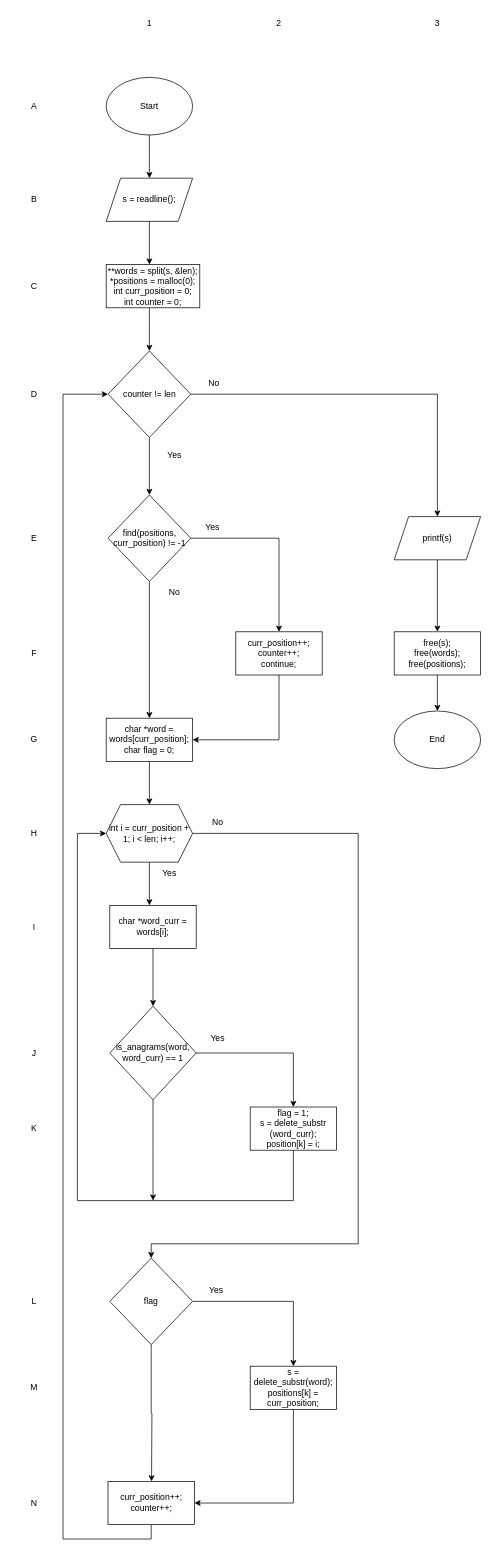
Before: labs/lab4/lab4.drawio in Glebins/mephi_labs, a draw.io diagram. Source tidied: cells renumbered, new cells numbered last; positions are measured from the earlier drawing's top-left corner, leaving out a move shared by most shapes. Both pictures are drawn from the tidied source at 72%, with x=0, y=0 at pixel (12, 12).
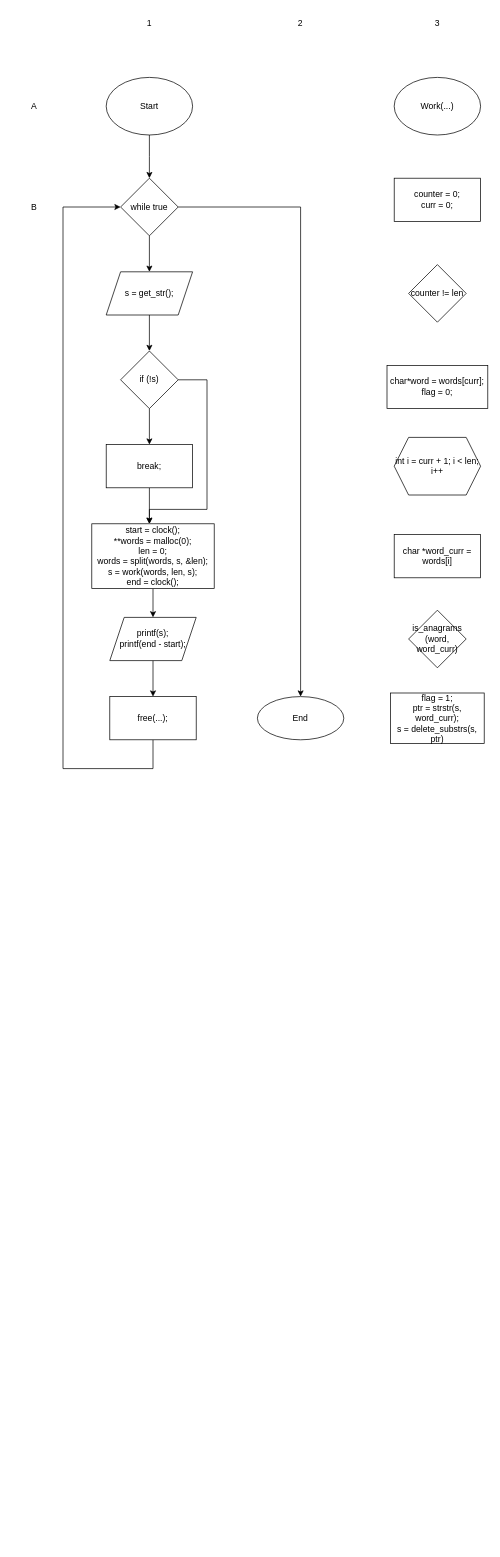
The same page after the edit.

Change to the diagram source:
```diff
@@
-    <mxCell id="4" style="edgeStyle=orthogonalEdgeStyle;rounded=0;jettySize=auto;html=1;" parent="1" edge="1" source="5" target="7">
-      <mxGeometry relative="1" as="geometry">
-        <Array as="points">
-          <mxPoint x="190" y="340" />
-          <mxPoint x="190" y="340" />
-        </Array>
-      </mxGeometry>
-    </mxCell>
+    <mxCell id="65" style="edgeStyle=orthogonalEdgeStyle;rounded=0;jettySize=auto;html=1;" parent="1" edge="1" source="5" target="71">
+      <mxGeometry relative="1" as="geometry" />
+    </mxCell>
-    <mxCell id="5" value="s = readline();" style="shape=parallelogram;perimeter=parallelogramPerimeter;whiteSpace=wrap;html=1;fixedSize=1;" parent="1" vertex="1">
-      <mxGeometry x="130" y="230" width="120" height="60" as="geometry" />
+    <mxCell id="5" value="s = get_str();" style="shape=parallelogram;perimeter=parallelogramPerimeter;whiteSpace=wrap;html=1;fixedSize=1;" parent="1" vertex="1">
+      <mxGeometry x="130" y="360" width="120" height="60" as="geometry" />
     </mxCell>
-    <mxCell id="6" style="edgeStyle=orthogonalEdgeStyle;rounded=0;jettySize=auto;html=1;" parent="1" edge="1" source="7" target="10">
-      <mxGeometry relative="1" as="geometry">
-        <Array as="points">
-          <mxPoint x="190" y="430" />
-          <mxPoint x="190" y="430" />
-        </Array>
-      </mxGeometry>
-    </mxCell>
-    <mxCell id="7" value="**words = split(s, &amp;amp;len);&lt;br&gt;*positions = malloc(0);&lt;br&gt;int curr_position = 0;&lt;br&gt;int counter = 0;" style="rounded=0;whiteSpace=wrap;html=1;" parent="1" vertex="1">
-      <mxGeometry x="130" y="350" width="130" height="60" as="geometry" />
-    </mxCell>
-    <mxCell id="8" style="edgeStyle=orthogonalEdgeStyle;rounded=0;jettySize=auto;html=1;" parent="1" edge="1" source="10" target="13">
-      <mxGeometry relative="1" as="geometry" />
-    </mxCell>
-    <mxCell id="9" style="edgeStyle=orthogonalEdgeStyle;rounded=0;jettySize=auto;html=1;exitX=1;exitY=0.5;exitDx=0;exitDy=0;entryX=0.5;entryY=0;entryDx=0;entryDy=0;" parent="1" edge="1" source="10" target="36">
-      <mxGeometry relative="1" as="geometry" />
-    </mxCell>
-    <mxCell id="10" value="counter != len" style="rhombus;whiteSpace=wrap;html=1;" parent="1" vertex="1">
-      <mxGeometry x="132.5" y="470" width="115" height="120" as="geometry" />
-    </mxCell>
-    <mxCell id="11" style="edgeStyle=orthogonalEdgeStyle;rounded=0;jettySize=auto;html=1;exitX=1;exitY=0.5;exitDx=0;exitDy=0;entryX=0.5;entryY=0;entryDx=0;entryDy=0;" parent="1" edge="1" source="13" target="15">
-      <mxGeometry relative="1" as="geometry" />
-    </mxCell>
-    <mxCell id="12" style="edgeStyle=orthogonalEdgeStyle;rounded=0;jettySize=auto;html=1;exitX=0.5;exitY=1;exitDx=0;exitDy=0;entryX=0.5;entryY=0;entryDx=0;entryDy=0;" parent="1" edge="1" source="13" target="17">
-      <mxGeometry relative="1" as="geometry" />
-    </mxCell>
-    <mxCell id="13" value="find(positions, curr_position) != -1" style="rhombus;whiteSpace=wrap;html=1;" parent="1" vertex="1">
-      <mxGeometry x="132.5" y="670" width="115" height="120" as="geometry" />
-    </mxCell>
-    <mxCell id="14" style="edgeStyle=orthogonalEdgeStyle;rounded=0;jettySize=auto;html=1;exitX=0.5;exitY=1;exitDx=0;exitDy=0;entryX=1;entryY=0.5;entryDx=0;entryDy=0;" parent="1" edge="1" source="15" target="17">
-      <mxGeometry relative="1" as="geometry" />
-    </mxCell>
-    <mxCell id="15" value="curr_position++;&lt;br&gt;counter++;&lt;br&gt;continue;" style="rounded=0;whiteSpace=wrap;html=1;" parent="1" vertex="1">
-      <mxGeometry x="310" y="860" width="120" height="60" as="geometry" />
-    </mxCell>
-    <mxCell id="16" style="edgeStyle=orthogonalEdgeStyle;rounded=0;jettySize=auto;html=1;" parent="1" edge="1" source="17" target="20">
-      <mxGeometry relative="1" as="geometry" />
-    </mxCell>
-    <mxCell id="17" value="char *word = words[curr_position];&lt;br&gt;char flag = 0;" style="rounded=0;whiteSpace=wrap;html=1;" parent="1" vertex="1">
-      <mxGeometry x="130" y="980" width="120" height="60" as="geometry" />
-    </mxCell>
-    <mxCell id="18" style="edgeStyle=orthogonalEdgeStyle;rounded=0;jettySize=auto;html=1;" parent="1" edge="1" source="20" target="22">
-      <mxGeometry relative="1" as="geometry">
-        <Array as="points">
-          <mxPoint x="190" y="1220" />
-          <mxPoint x="190" y="1220" />
-        </Array>
-      </mxGeometry>
-    </mxCell>
-    <mxCell id="19" style="edgeStyle=orthogonalEdgeStyle;rounded=0;jettySize=auto;html=1;exitX=1;exitY=0.5;exitDx=0;exitDy=0;entryX=0.5;entryY=0;entryDx=0;entryDy=0;" parent="1" edge="1" source="20" target="30">
-      <mxGeometry relative="1" as="geometry">
-        <Array as="points">
-          <mxPoint x="480" y="1140" />
-          <mxPoint x="480" y="1710" />
-          <mxPoint x="193" y="1710" />
-        </Array>
-      </mxGeometry>
-    </mxCell>
-    <mxCell id="20" value="int i = curr_position + 1; i &amp;lt; len; i++;" style="shape=hexagon;perimeter=hexagonPerimeter2;whiteSpace=wrap;html=1;fixedSize=1;" parent="1" vertex="1">
-      <mxGeometry x="130" y="1100" width="120" height="80" as="geometry" />
-    </mxCell>
-    <mxCell id="21" style="edgeStyle=orthogonalEdgeStyle;rounded=0;jettySize=auto;html=1;" parent="1" edge="1" source="22" target="25">
-      <mxGeometry relative="1" as="geometry" />
-    </mxCell>
-    <mxCell id="22" value="char *word_curr = words[i];" style="rounded=0;whiteSpace=wrap;html=1;" parent="1" vertex="1">
-      <mxGeometry x="135" y="1240" width="120" height="60" as="geometry" />
-    </mxCell>
-    <mxCell id="23" style="edgeStyle=orthogonalEdgeStyle;rounded=0;jettySize=auto;html=1;exitX=0.5;exitY=1;exitDx=0;exitDy=0;" parent="1" edge="1" source="25">
-      <mxGeometry relative="1" as="geometry">
-        <mxPoint x="195" y="1650" as="targetPoint" />
-      </mxGeometry>
-    </mxCell>
-    <mxCell id="24" style="edgeStyle=orthogonalEdgeStyle;rounded=0;jettySize=auto;html=1;exitX=1;exitY=0.5;exitDx=0;exitDy=0;entryX=0.5;entryY=0;entryDx=0;entryDy=0;" parent="1" edge="1" source="25" target="27">
-      <mxGeometry relative="1" as="geometry" />
-    </mxCell>
-    <mxCell id="25" value="is_anagrams(word, word_curr) == 1" style="rhombus;whiteSpace=wrap;html=1;" parent="1" vertex="1">
-      <mxGeometry x="135" y="1380" width="120" height="130" as="geometry" />
-    </mxCell>
-    <mxCell id="26" style="edgeStyle=orthogonalEdgeStyle;rounded=0;jettySize=auto;html=1;exitX=0.5;exitY=1;exitDx=0;exitDy=0;entryX=0;entryY=0.5;entryDx=0;entryDy=0;" parent="1" edge="1" source="27" target="20">
-      <mxGeometry relative="1" as="geometry">
-        <Array as="points">
-          <mxPoint x="390" y="1650" />
-          <mxPoint x="90" y="1650" />
-          <mxPoint x="90" y="1140" />
-        </Array>
-      </mxGeometry>
-    </mxCell>
-    <mxCell id="27" value="flag = 1;&lt;br&gt;s = delete_substr (word_curr);&lt;br&gt;position[k] = i;" style="rounded=0;whiteSpace=wrap;html=1;" parent="1" vertex="1">
-      <mxGeometry x="330" y="1520" width="120" height="60" as="geometry" />
-    </mxCell>
-    <mxCell id="28" style="edgeStyle=orthogonalEdgeStyle;rounded=0;jettySize=auto;html=1;exitX=1;exitY=0.5;exitDx=0;exitDy=0;entryX=0.5;entryY=0;entryDx=0;entryDy=0;" parent="1" edge="1" source="30" target="32">
-      <mxGeometry relative="1" as="geometry" />
-    </mxCell>
-    <mxCell id="29" style="edgeStyle=orthogonalEdgeStyle;rounded=0;jettySize=auto;html=1;exitX=0.5;exitY=1;exitDx=0;exitDy=0;" parent="1" edge="1" source="30">
-      <mxGeometry relative="1" as="geometry">
-        <mxPoint x="193" y="2040" as="targetPoint" />
-      </mxGeometry>
-    </mxCell>
-    <mxCell id="30" value="flag" style="rhombus;whiteSpace=wrap;html=1;" parent="1" vertex="1">
-      <mxGeometry x="135" y="1730" width="115" height="120" as="geometry" />
-    </mxCell>
-    <mxCell id="31" style="edgeStyle=orthogonalEdgeStyle;rounded=0;jettySize=auto;html=1;exitX=0.5;exitY=1;exitDx=0;exitDy=0;entryX=1;entryY=0.5;entryDx=0;entryDy=0;" parent="1" edge="1" source="32" target="34">
-      <mxGeometry relative="1" as="geometry" />
-    </mxCell>
-    <mxCell id="32" value="s = delete_substr(word);&lt;br&gt;positions[k] = curr_position;" style="rounded=0;whiteSpace=wrap;html=1;" parent="1" vertex="1">
-      <mxGeometry x="330" y="1880" width="120" height="60" as="geometry" />
-    </mxCell>
-    <mxCell id="33" style="edgeStyle=orthogonalEdgeStyle;rounded=0;jettySize=auto;html=1;exitX=0.5;exitY=1;exitDx=0;exitDy=0;entryX=0;entryY=0.5;entryDx=0;entryDy=0;" parent="1" edge="1" source="34" target="10">
-      <mxGeometry relative="1" as="geometry">
-        <Array as="points">
-          <mxPoint x="193" y="2120" />
-          <mxPoint x="70" y="2120" />
-          <mxPoint x="70" y="530" />
-        </Array>
-      </mxGeometry>
-    </mxCell>
-    <mxCell id="34" value="curr_position++;&lt;br&gt;counter++;" style="rounded=0;whiteSpace=wrap;html=1;" parent="1" vertex="1">
-      <mxGeometry x="132.5" y="2040" width="120" height="60" as="geometry" />
-    </mxCell>
-    <mxCell id="35" style="edgeStyle=orthogonalEdgeStyle;rounded=0;jettySize=auto;html=1;exitX=0.5;exitY=1;exitDx=0;exitDy=0;" parent="1" edge="1" source="36" target="38">
-      <mxGeometry relative="1" as="geometry" />
-    </mxCell>
-    <mxCell id="36" value="printf(s)" style="shape=parallelogram;perimeter=parallelogramPerimeter;whiteSpace=wrap;html=1;fixedSize=1;" parent="1" vertex="1">
-      <mxGeometry x="530" y="700" width="120" height="60" as="geometry" />
-    </mxCell>
-    <mxCell id="37" style="edgeStyle=orthogonalEdgeStyle;rounded=0;jettySize=auto;html=1;" parent="1" edge="1" source="38" target="39">
-      <mxGeometry relative="1" as="geometry" />
-    </mxCell>
-    <mxCell id="38" value="free(s);&lt;br&gt;free(words);&lt;br&gt;free(positions);" style="rounded=0;whiteSpace=wrap;html=1;" parent="1" vertex="1">
-      <mxGeometry x="530" y="860" width="120" height="60" as="geometry" />
-    </mxCell>
-    <mxCell id="39" value="End" style="ellipse;whiteSpace=wrap;html=1;" parent="1" vertex="1">
-      <mxGeometry x="530" y="970" width="120" height="80" as="geometry" />
-    </mxCell>
@@
     <mxCell id="41" value="B" style="text;html=1;strokeColor=none;fillColor=none;align=center;verticalAlign=middle;whiteSpace=wrap;rounded=0;" parent="1" vertex="1">
-      <mxGeometry y="245" width="60" height="30" as="geometry" />
+      <mxGeometry y="255" width="60" height="30" as="geometry" />
     </mxCell>
-    <mxCell id="42" value="D" style="text;html=1;strokeColor=none;fillColor=none;align=center;verticalAlign=middle;whiteSpace=wrap;rounded=0;" parent="1" vertex="1">
-      <mxGeometry y="515" width="60" height="30" as="geometry" />
-    </mxCell>
-    <mxCell id="43" value="C" style="text;html=1;strokeColor=none;fillColor=none;align=center;verticalAlign=middle;whiteSpace=wrap;rounded=0;" parent="1" vertex="1">
-      <mxGeometry y="365" width="60" height="30" as="geometry" />
-    </mxCell>
-    <mxCell id="44" value="E" style="text;html=1;strokeColor=none;fillColor=none;align=center;verticalAlign=middle;whiteSpace=wrap;rounded=0;" parent="1" vertex="1">
-      <mxGeometry y="715" width="60" height="30" as="geometry" />
-    </mxCell>
-    <mxCell id="45" value="F" style="text;html=1;strokeColor=none;fillColor=none;align=center;verticalAlign=middle;whiteSpace=wrap;rounded=0;" parent="1" vertex="1">
-      <mxGeometry y="875" width="60" height="30" as="geometry" />
-    </mxCell>
-    <mxCell id="46" value="G" style="text;html=1;strokeColor=none;fillColor=none;align=center;verticalAlign=middle;whiteSpace=wrap;rounded=0;" parent="1" vertex="1">
-      <mxGeometry y="995" width="60" height="30" as="geometry" />
-    </mxCell>
-    <mxCell id="47" value="H" style="text;html=1;strokeColor=none;fillColor=none;align=center;verticalAlign=middle;whiteSpace=wrap;rounded=0;" parent="1" vertex="1">
-      <mxGeometry y="1125" width="60" height="30" as="geometry" />
-    </mxCell>
-    <mxCell id="48" value="I" style="text;html=1;strokeColor=none;fillColor=none;align=center;verticalAlign=middle;whiteSpace=wrap;rounded=0;" parent="1" vertex="1">
-      <mxGeometry y="1255" width="60" height="30" as="geometry" />
-    </mxCell>
-    <mxCell id="49" value="J" style="text;html=1;strokeColor=none;fillColor=none;align=center;verticalAlign=middle;whiteSpace=wrap;rounded=0;" parent="1" vertex="1">
-      <mxGeometry y="1430" width="60" height="30" as="geometry" />
-    </mxCell>
-    <mxCell id="50" value="K" style="text;html=1;strokeColor=none;fillColor=none;align=center;verticalAlign=middle;whiteSpace=wrap;rounded=0;" parent="1" vertex="1">
-      <mxGeometry y="1535" width="60" height="30" as="geometry" />
-    </mxCell>
-    <mxCell id="51" value="L" style="text;html=1;strokeColor=none;fillColor=none;align=center;verticalAlign=middle;whiteSpace=wrap;rounded=0;" parent="1" vertex="1">
-      <mxGeometry y="1775" width="60" height="30" as="geometry" />
-    </mxCell>
-    <mxCell id="52" value="M" style="text;html=1;strokeColor=none;fillColor=none;align=center;verticalAlign=middle;whiteSpace=wrap;rounded=0;" parent="1" vertex="1">
-      <mxGeometry y="1895" width="60" height="30" as="geometry" />
-    </mxCell>
-    <mxCell id="53" value="N" style="text;html=1;strokeColor=none;fillColor=none;align=center;verticalAlign=middle;whiteSpace=wrap;rounded=0;" parent="1" vertex="1">
-      <mxGeometry y="2055" width="60" height="30" as="geometry" />
-    </mxCell>
@@
     <mxCell id="55" value="2" style="text;html=1;strokeColor=none;fillColor=none;align=center;verticalAlign=middle;whiteSpace=wrap;rounded=0;" parent="1" vertex="1">
-      <mxGeometry x="340" width="60" height="30" as="geometry" />
+      <mxGeometry x="370" width="60" height="30" as="geometry" />
     </mxCell>
@@
-    <mxCell id="57" value="Yes" style="text;html=1;strokeColor=none;fillColor=none;align=center;verticalAlign=middle;whiteSpace=wrap;rounded=0;" parent="1" vertex="1">
-      <mxGeometry x="195" y="600" width="60" height="30" as="geometry" />
-    </mxCell>
-    <mxCell id="58" value="No" style="text;html=1;strokeColor=none;fillColor=none;align=center;verticalAlign=middle;whiteSpace=wrap;rounded=0;" parent="1" vertex="1">
-      <mxGeometry x="250" y="500" width="60" height="30" as="geometry" />
-    </mxCell>
-    <mxCell id="59" value="Yes" style="text;html=1;strokeColor=none;fillColor=none;align=center;verticalAlign=middle;whiteSpace=wrap;rounded=0;" parent="1" vertex="1">
-      <mxGeometry x="248" y="700" width="60" height="30" as="geometry" />
-    </mxCell>
-    <mxCell id="60" value="No" style="text;html=1;strokeColor=none;fillColor=none;align=center;verticalAlign=middle;whiteSpace=wrap;rounded=0;" parent="1" vertex="1">
-      <mxGeometry x="195" y="790" width="60" height="30" as="geometry" />
-    </mxCell>
-    <mxCell id="61" value="Yes" style="text;html=1;strokeColor=none;fillColor=none;align=center;verticalAlign=middle;whiteSpace=wrap;rounded=0;" parent="1" vertex="1">
-      <mxGeometry x="187.5" y="1180" width="60" height="30" as="geometry" />
-    </mxCell>
-    <mxCell id="62" value="No" style="text;html=1;strokeColor=none;fillColor=none;align=center;verticalAlign=middle;whiteSpace=wrap;rounded=0;" parent="1" vertex="1">
-      <mxGeometry x="255" y="1110" width="60" height="30" as="geometry" />
-    </mxCell>
-    <mxCell id="63" value="Yes" style="text;html=1;strokeColor=none;fillColor=none;align=center;verticalAlign=middle;whiteSpace=wrap;rounded=0;" parent="1" vertex="1">
-      <mxGeometry x="255" y="1410" width="60" height="30" as="geometry" />
-    </mxCell>
-    <mxCell id="64" value="Yes" style="text;html=1;strokeColor=none;fillColor=none;align=center;verticalAlign=middle;whiteSpace=wrap;rounded=0;" parent="1" vertex="1">
-      <mxGeometry x="253" y="1760" width="60" height="30" as="geometry" />
-    </mxCell>
+    <mxCell id="66" style="edgeStyle=orthogonalEdgeStyle;rounded=0;jettySize=auto;html=1;" parent="1" edge="1" source="68" target="5">
+      <mxGeometry relative="1" as="geometry" />
+    </mxCell>
+    <mxCell id="67" style="edgeStyle=orthogonalEdgeStyle;rounded=0;jettySize=auto;html=1;exitX=1;exitY=0.5;exitDx=0;exitDy=0;entryX=0.5;entryY=0;entryDx=0;entryDy=0;" parent="1" edge="1" source="68" target="39">
+      <mxGeometry relative="1" as="geometry" />
+    </mxCell>
+    <mxCell id="68" value="while true" style="rhombus;whiteSpace=wrap;html=1;" parent="1" vertex="1">
+      <mxGeometry x="150" y="230" width="80" height="80" as="geometry" />
+    </mxCell>
+    <mxCell id="69" style="edgeStyle=orthogonalEdgeStyle;rounded=0;jettySize=auto;html=1;" parent="1" edge="1" source="71" target="73">
+      <mxGeometry relative="1" as="geometry" />
+    </mxCell>
+    <mxCell id="70" style="edgeStyle=orthogonalEdgeStyle;rounded=0;jettySize=auto;html=1;exitX=1;exitY=0.5;exitDx=0;exitDy=0;" parent="1" edge="1" source="71">
+      <mxGeometry relative="1" as="geometry">
+        <mxPoint x="190" y="710" as="targetPoint" />
+        <Array as="points">
+          <mxPoint x="270" y="510" />
+          <mxPoint x="270" y="690" />
+          <mxPoint x="190" y="690" />
+        </Array>
+      </mxGeometry>
+    </mxCell>
+    <mxCell id="71" value="if (!s)" style="rhombus;whiteSpace=wrap;html=1;" parent="1" vertex="1">
+      <mxGeometry x="150" y="470" width="80" height="80" as="geometry" />
+    </mxCell>
+    <mxCell id="72" style="edgeStyle=orthogonalEdgeStyle;rounded=0;jettySize=auto;html=1;" parent="1" edge="1" source="73" target="75">
+      <mxGeometry relative="1" as="geometry">
+        <Array as="points">
+          <mxPoint x="190" y="700" />
+          <mxPoint x="190" y="700" />
+        </Array>
+      </mxGeometry>
+    </mxCell>
+    <mxCell id="73" value="break;" style="rounded=0;whiteSpace=wrap;html=1;" parent="1" vertex="1">
+      <mxGeometry x="130" y="600" width="120" height="60" as="geometry" />
+    </mxCell>
+    <mxCell id="74" style="edgeStyle=orthogonalEdgeStyle;rounded=0;jettySize=auto;html=1;" parent="1" edge="1" source="75" target="77">
+      <mxGeometry relative="1" as="geometry" />
+    </mxCell>
+    <mxCell id="75" value="start = clock();&lt;br&gt;**words = malloc(0);&lt;br&gt;len = 0;&lt;br&gt;words = split(words, s, &amp;amp;len);&lt;br&gt;s = work(words, len, s);&lt;br&gt;end = clock();" style="rounded=0;whiteSpace=wrap;html=1;" parent="1" vertex="1">
+      <mxGeometry x="110" y="710" width="170" height="90" as="geometry" />
+    </mxCell>
+    <mxCell id="76" style="edgeStyle=orthogonalEdgeStyle;rounded=0;jettySize=auto;html=1;" parent="1" edge="1" source="77" target="79">
+      <mxGeometry relative="1" as="geometry" />
+    </mxCell>
+    <mxCell id="77" value="printf(s);&lt;br&gt;printf(end - start);" style="shape=parallelogram;perimeter=parallelogramPerimeter;whiteSpace=wrap;html=1;fixedSize=1;" parent="1" vertex="1">
+      <mxGeometry x="135" y="840" width="120" height="60" as="geometry" />
+    </mxCell>
+    <mxCell id="78" style="edgeStyle=orthogonalEdgeStyle;rounded=0;jettySize=auto;html=1;exitX=0.5;exitY=1;exitDx=0;exitDy=0;entryX=0;entryY=0.5;entryDx=0;entryDy=0;" parent="1" edge="1" source="79" target="68">
+      <mxGeometry relative="1" as="geometry">
+        <Array as="points">
+          <mxPoint x="195" y="1050" />
+          <mxPoint x="70" y="1050" />
+          <mxPoint x="70" y="270" />
+        </Array>
+      </mxGeometry>
+    </mxCell>
+    <mxCell id="79" value="free(...);" style="rounded=0;whiteSpace=wrap;html=1;" parent="1" vertex="1">
+      <mxGeometry x="135" y="950" width="120" height="60" as="geometry" />
+    </mxCell>
+    <mxCell id="39" value="End" style="ellipse;whiteSpace=wrap;html=1;rounded=0;" parent="1" vertex="1">
+      <mxGeometry x="340" y="950" width="120" height="60" as="geometry" />
+    </mxCell>
+    <mxCell id="80" value="Work(...)" style="ellipse;whiteSpace=wrap;html=1;" parent="1" vertex="1">
+      <mxGeometry x="530" y="90" width="120" height="80" as="geometry" />
+    </mxCell>
+    <mxCell id="81" value="counter = 0;&lt;br&gt;curr = 0;" style="rounded=0;whiteSpace=wrap;html=1;" parent="1" vertex="1">
+      <mxGeometry x="530" y="230" width="120" height="60" as="geometry" />
+    </mxCell>
+    <mxCell id="10" value="counter != len" style="rhombus;whiteSpace=wrap;html=1;" parent="1" vertex="1">
+      <mxGeometry x="550" y="350" width="80" height="80" as="geometry" />
+    </mxCell>
+    <mxCell id="82" value="char*word = words[curr];&lt;br&gt;flag = 0;" style="rounded=0;whiteSpace=wrap;html=1;" parent="1" vertex="1">
+      <mxGeometry x="520" y="490" width="140" height="60" as="geometry" />
+    </mxCell>
+    <mxCell id="83" value="int i = curr + 1; i &amp;lt; len; i++" style="shape=hexagon;perimeter=hexagonPerimeter2;whiteSpace=wrap;html=1;fixedSize=1;" parent="1" vertex="1">
+      <mxGeometry x="530" y="590" width="120" height="80" as="geometry" />
+    </mxCell>
+    <mxCell id="84" value="is_anagrams (word, word_curr)" style="rhombus;whiteSpace=wrap;html=1;" parent="1" vertex="1">
+      <mxGeometry x="550" y="830" width="80" height="80" as="geometry" />
+    </mxCell>
+    <mxCell id="85" value="char *word_curr = words[i]" style="rounded=0;whiteSpace=wrap;html=1;" parent="1" vertex="1">
+      <mxGeometry x="530" y="725" width="120" height="60" as="geometry" />
+    </mxCell>
+    <mxCell id="86" value="flag = 1;&lt;br&gt;ptr = strstr(s, word_curr);&lt;br&gt;s = delete_substrs(s, ptr)" style="rounded=0;whiteSpace=wrap;html=1;" parent="1" vertex="1">
+      <mxGeometry x="525" y="945" width="130" height="70" as="geometry" />
+    </mxCell>
```
